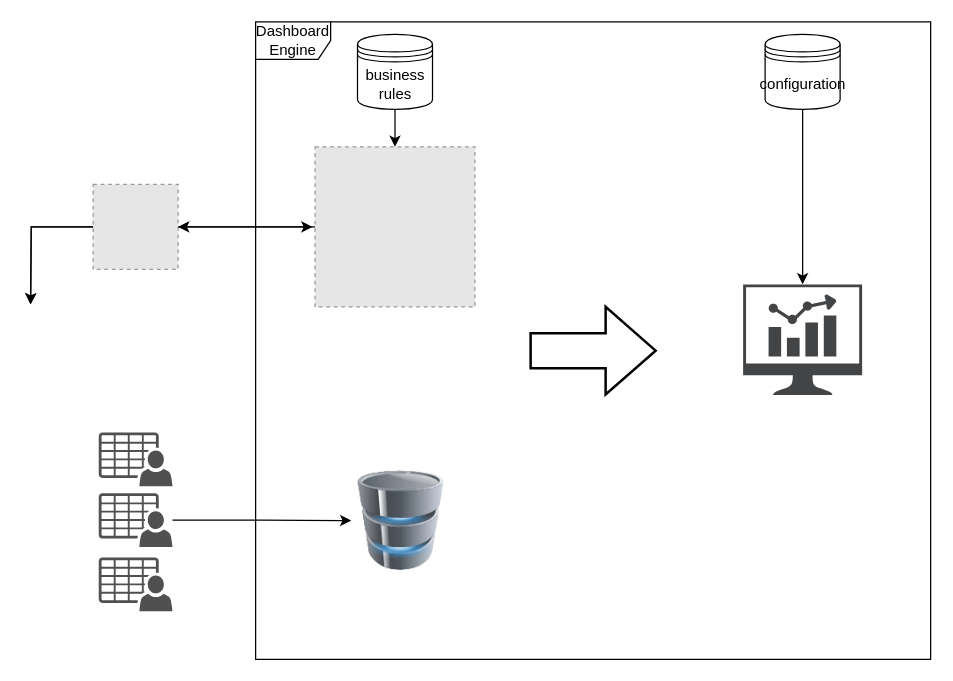
This is Untitled Diagram.drawio from momobo/drawio, a draw.io file, before an edit. Source tidied: cells renumbered, new cells numbered last; positions are measured from the earlier drawing's top-left corner, leaving out a move shared by most shapes. Both pictures are drawn from the tidied source at 125%, with x=0, y=0 at pixel (30, 21). Pictures stored in the file or linked from it are replaced by grey dashed boxes.
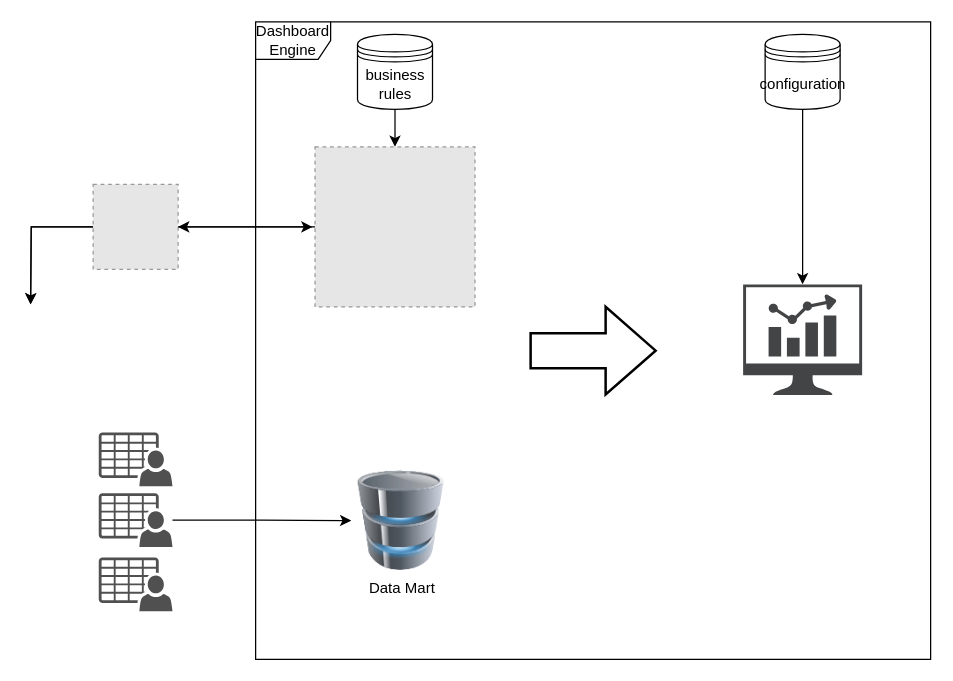
Above is the later version.

Change to the diagram source:
```diff
@@
-    <mxCell id="5" style="image;html=1;image=img/lib/clip_art/computers/Database_128x128.png;" parent="1" vertex="1">
+    <mxCell id="5" value="Data Mart" style="image;html=1;image=img/lib/clip_art/computers/Database_128x128.png;" parent="1" vertex="1">
       <mxGeometry x="256.5" y="359" width="80" height="80" as="geometry" />
     </mxCell>
```
